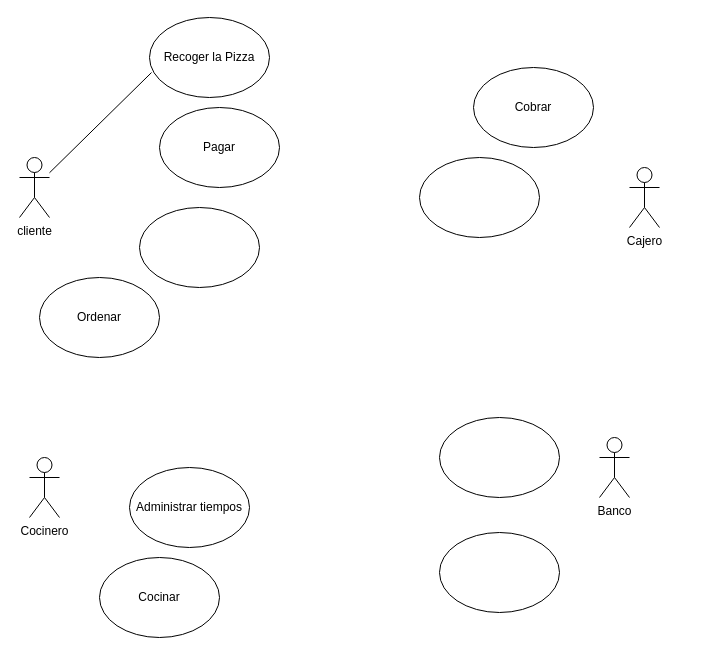
Above: pizzería.drawio in jer3456/hello (draw.io), before the change. Source tidied: cells renumbered, new cells numbered last; positions are measured from the earlier drawing's top-left corner, leaving out a move shared by most shapes. Both pictures are drawn from the tidied source at 100%, with x=0, y=0 at pixel (19, 17).
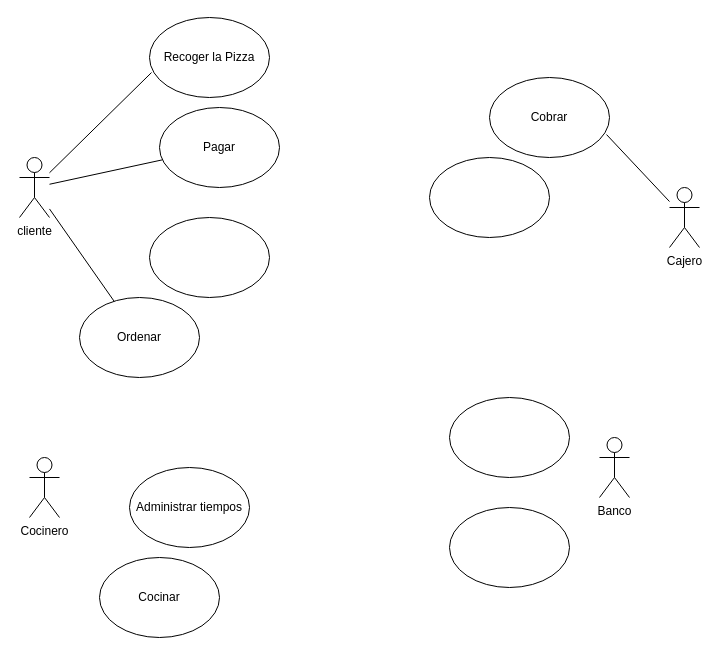
The same page after the edit.

Change to the diagram source:
```diff
@@
 <mxGraphModel>
   <root>
     <mxCell id="0" />
     <mxCell id="1" parent="0" />
     <mxCell id="2" value="Banco" style="shape=umlActor;verticalLabelPosition=bottom;verticalAlign=top;html=1;" parent="1" vertex="1">
       <mxGeometry x="580" y="420" width="30" height="60" as="geometry" />
     </mxCell>
     <mxCell id="3" value="Cajero" style="shape=umlActor;verticalLabelPosition=bottom;verticalAlign=top;html=1;outlineConnect=0;" parent="1" vertex="1">
-      <mxGeometry x="610" y="150" width="30" height="60" as="geometry" />
+      <mxGeometry x="650" y="170" width="30" height="60" as="geometry" />
     </mxCell>
     <mxCell id="4" value="Cocinero" style="shape=umlActor;verticalLabelPosition=bottom;verticalAlign=top;html=1;" parent="1" vertex="1">
       <mxGeometry x="10" y="440" width="30" height="60" as="geometry" />
     </mxCell>
     <mxCell id="5" value="cliente" style="shape=umlActor;verticalLabelPosition=bottom;verticalAlign=top;html=1;outlineConnect=0;" parent="1" vertex="1">
       <mxGeometry y="140" width="30" height="60" as="geometry" />
     </mxCell>
     <mxCell id="6" value="Pagar" style="ellipse;whiteSpace=wrap;html=1;" parent="1" vertex="1">
       <mxGeometry x="140" y="90" width="120" height="80" as="geometry" />
     </mxCell>
     <mxCell id="7" value="Recoger la Pizza" style="ellipse;whiteSpace=wrap;html=1;" parent="1" vertex="1">
       <mxGeometry x="130" width="120" height="80" as="geometry" />
     </mxCell>
     <mxCell id="8" value="Ordenar" style="ellipse;whiteSpace=wrap;html=1;" parent="1" vertex="1">
-      <mxGeometry x="20" y="260" width="120" height="80" as="geometry" />
+      <mxGeometry x="60" y="280" width="120" height="80" as="geometry" />
     </mxCell>
     <mxCell id="9" style="ellipse;whiteSpace=wrap;html=1;" parent="1" vertex="1">
-      <mxGeometry x="420" y="400" width="120" height="80" as="geometry" />
+      <mxGeometry x="430" y="380" width="120" height="80" as="geometry" />
     </mxCell>
     <mxCell id="10" style="ellipse;whiteSpace=wrap;html=1;" parent="1" vertex="1">
-      <mxGeometry x="420" y="515" width="120" height="80" as="geometry" />
+      <mxGeometry x="430" y="490" width="120" height="80" as="geometry" />
     </mxCell>
     <mxCell id="11" value="Administrar tiempos" style="ellipse;whiteSpace=wrap;html=1;" parent="1" vertex="1">
       <mxGeometry x="110" y="450" width="120" height="80" as="geometry" />
     </mxCell>
     <mxCell id="12" value="Cocinar" style="ellipse;whiteSpace=wrap;html=1;" parent="1" vertex="1">
       <mxGeometry x="80" y="540" width="120" height="80" as="geometry" />
     </mxCell>
     <mxCell id="13" style="ellipse;whiteSpace=wrap;html=1;" parent="1" vertex="1">
-      <mxGeometry x="400" y="140" width="120" height="80" as="geometry" />
+      <mxGeometry x="410" y="140" width="120" height="80" as="geometry" />
     </mxCell>
     <mxCell id="14" value="Cobrar" style="ellipse;whiteSpace=wrap;html=1;" parent="1" vertex="1">
-      <mxGeometry x="454" y="50" width="120" height="80" as="geometry" />
+      <mxGeometry x="470" y="60" width="120" height="80" as="geometry" />
     </mxCell>
     <mxCell id="15" style="ellipse;whiteSpace=wrap;html=1;" parent="1" vertex="1">
-      <mxGeometry x="120" y="190" width="120" height="80" as="geometry" />
+      <mxGeometry x="130" y="200" width="120" height="80" as="geometry" />
     </mxCell>
     <mxCell id="16" style="endArrow=none;html=1;rounded=0;entryX=0.017;entryY=0.688;entryDx=0;entryDy=0;entryPerimeter=0;" parent="1" edge="1" source="5" target="7">
       <mxGeometry relative="1" as="geometry" />
     </mxCell>
+    <mxCell id="17" style="endArrow=none;html=1;rounded=0;" parent="1" edge="1" source="5" target="6">
+      <mxGeometry relative="1" as="geometry" />
+    </mxCell>
+    <mxCell id="18" style="endArrow=none;html=1;rounded=0;" parent="1" edge="1" source="5" target="8">
+      <mxGeometry relative="1" as="geometry" />
+    </mxCell>
+    <mxCell id="19" style="endArrow=none;html=1;rounded=0;entryX=0.975;entryY=0.713;entryDx=0;entryDy=0;entryPerimeter=0;" parent="1" edge="1" source="3" target="14">
+      <mxGeometry relative="1" as="geometry" />
+    </mxCell>
   </root>
 </mxGraphModel>
```
